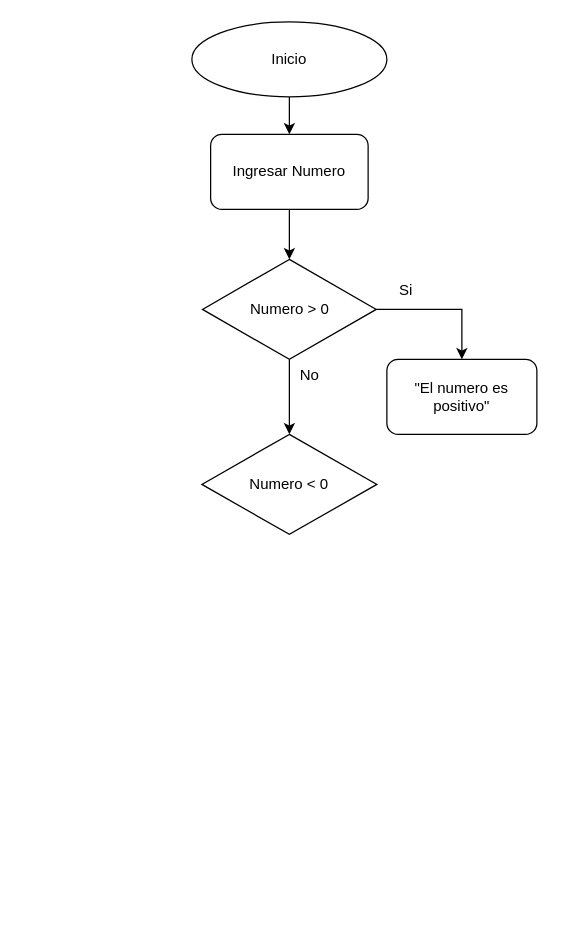
Earlier version of the draw.io diagram Lab - 2.drawio (CarlosUanl/Trabajos-MDLP--3-oportunidad-). Source tidied: cells renumbered, new cells numbered last; positions are measured from the earlier drawing's top-left corner, leaving out a move shared by most shapes. Both pictures are drawn from the tidied source at 125%, with x=0, y=0 at pixel (191, 21).
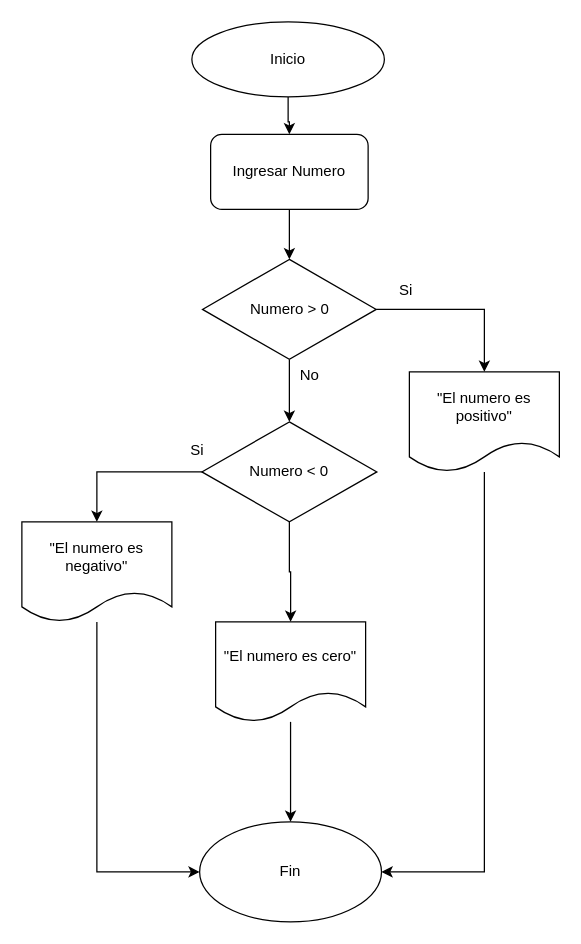
The same page after the edit.

Commit message:
Lab - 2 Ejercicio 1 y 2.drawio

The edit, as a diff of the source:
```diff
@@
     <mxCell id="3" value="Inicio" style="ellipse;whiteSpace=wrap;html=1;" parent="1" vertex="1">
-      <mxGeometry width="156" height="60" as="geometry" />
+      <mxGeometry width="154" height="60" as="geometry" />
     </mxCell>
@@
-    <mxCell id="8" value="Numero &amp;gt; 0" style="rhombus;whiteSpace=wrap;html=1;" parent="1" vertex="1">
+    <mxCell id="8" value="Numero &amp;gt; 0" style="rhombus;whiteSpace=wrap;html=1;fontSize=12;" parent="1" vertex="1">
       <mxGeometry x="8.5" y="190" width="139" height="80" as="geometry" />
     </mxCell>
-    <mxCell id="9" value="&quot;El numero es positivo&quot;" style="rounded=1;whiteSpace=wrap;html=1;" parent="1" vertex="1">
-      <mxGeometry x="156" y="270" width="120" height="60" as="geometry" />
-    </mxCell>
@@
+    <mxCell id="13" style="edgeStyle=orthogonalEdgeStyle;rounded=0;jettySize=auto;html=1;entryX=0.5;entryY=0;entryDx=0;entryDy=0;" parent="1" edge="1" source="11" target="17">
+      <mxGeometry relative="1" as="geometry" />
+    </mxCell>
+    <mxCell id="14" style="edgeStyle=orthogonalEdgeStyle;rounded=0;jettySize=auto;html=1;entryX=0.5;entryY=0;entryDx=0;entryDy=0;" parent="1" edge="1" source="11" target="20">
+      <mxGeometry relative="1" as="geometry" />
+    </mxCell>
     <mxCell id="11" value="Numero &amp;lt; 0" style="rhombus;whiteSpace=wrap;html=1;" parent="1" vertex="1">
-      <mxGeometry x="8" y="330" width="140" height="80" as="geometry" />
+      <mxGeometry x="8" y="320" width="140" height="80" as="geometry" />
     </mxCell>
@@
+    <mxCell id="15" style="edgeStyle=orthogonalEdgeStyle;rounded=0;jettySize=auto;html=1;entryX=1;entryY=0.5;entryDx=0;entryDy=0;" parent="1" edge="1" source="9" target="21">
+      <mxGeometry relative="1" as="geometry">
+        <Array as="points">
+          <mxPoint x="234" y="680" />
+        </Array>
+      </mxGeometry>
+    </mxCell>
+    <mxCell id="9" value="&quot;El numero es positivo&quot;" style="shape=document;whiteSpace=wrap;html=1;boundedLbl=1;fontSize=12;" parent="1" vertex="1">
+      <mxGeometry x="174" y="280" width="120" height="80" as="geometry" />
+    </mxCell>
+    <mxCell id="16" style="edgeStyle=orthogonalEdgeStyle;rounded=0;jettySize=auto;html=1;entryX=0;entryY=0.5;entryDx=0;entryDy=0;" parent="1" edge="1" source="17" target="21">
+      <mxGeometry relative="1" as="geometry">
+        <Array as="points">
+          <mxPoint x="-76" y="680" />
+        </Array>
+      </mxGeometry>
+    </mxCell>
+    <mxCell id="17" value="&quot;El numero es negativo&quot;" style="shape=document;whiteSpace=wrap;html=1;boundedLbl=1;" parent="1" vertex="1">
+      <mxGeometry x="-136" y="400" width="120" height="80" as="geometry" />
+    </mxCell>
+    <mxCell id="18" value="Si" style="text;html=1;align=center;verticalAlign=middle;strokeColor=none;fillColor=none;" parent="1" vertex="1">
+      <mxGeometry x="-11" y="328" width="30" height="30" as="geometry" />
+    </mxCell>
+    <mxCell id="19" style="edgeStyle=orthogonalEdgeStyle;rounded=0;jettySize=auto;html=1;entryX=0.5;entryY=0;entryDx=0;entryDy=0;" parent="1" edge="1" source="20" target="21">
+      <mxGeometry relative="1" as="geometry" />
+    </mxCell>
+    <mxCell id="20" value="&quot;El numero es cero&quot;" style="shape=document;whiteSpace=wrap;html=1;boundedLbl=1;" parent="1" vertex="1">
+      <mxGeometry x="19" y="480" width="120" height="80" as="geometry" />
+    </mxCell>
+    <mxCell id="21" value="Fin" style="ellipse;whiteSpace=wrap;html=1;" parent="1" vertex="1">
+      <mxGeometry x="6.2" y="640" width="145.5" height="80" as="geometry" />
+    </mxCell>
```
